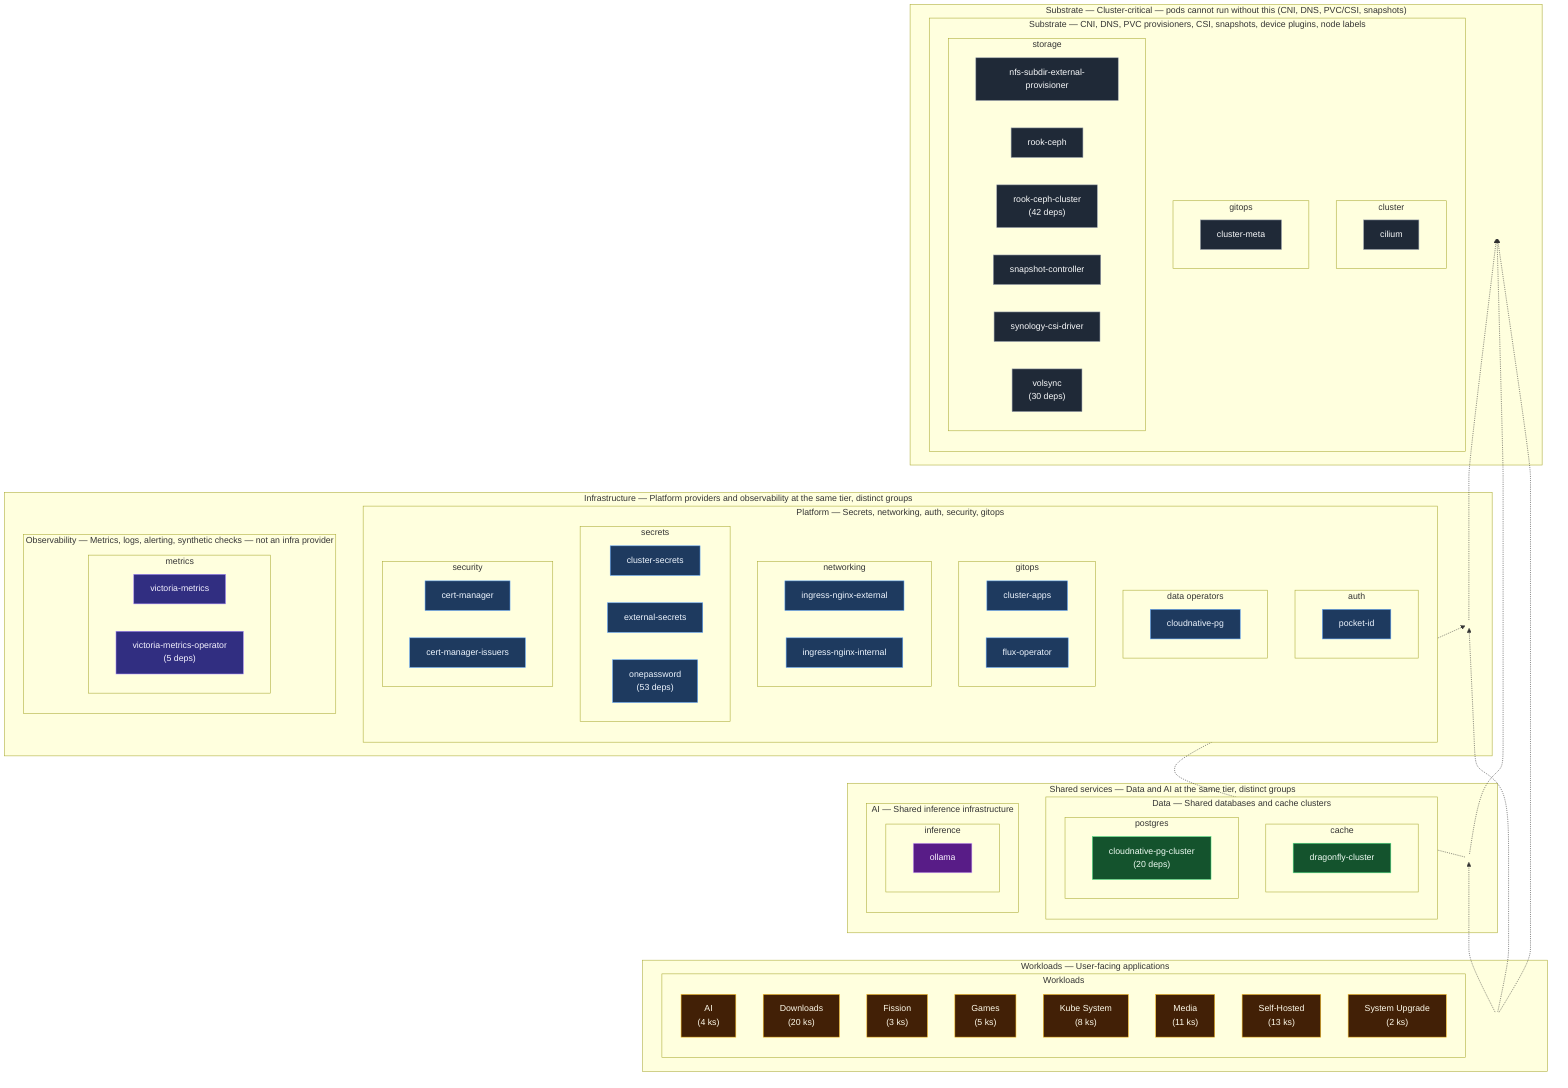
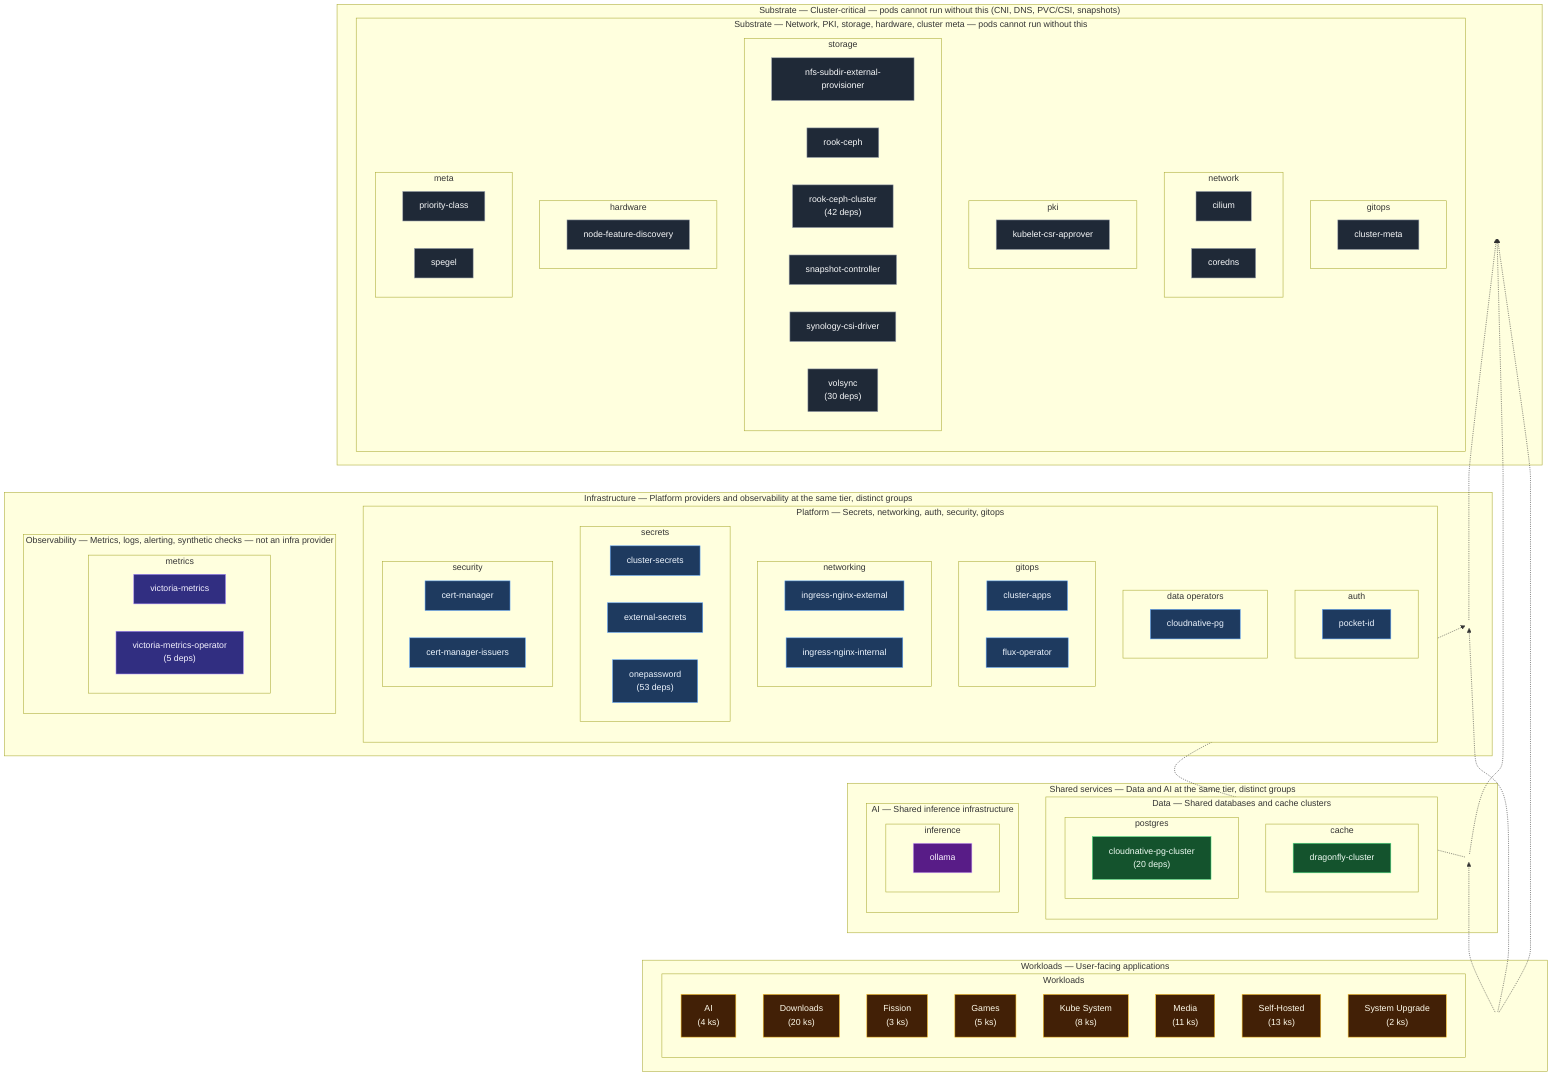
flowchart BT

  %% Cross-tier dependsOn summary (higher tier -.-> lower tier it depends on)

  subgraph vt0["Substrate — Cluster-critical — pods cannot run without this (CNI, DNS, PVC/CSI, snapshots)"]
-     subgraph g_substrate["Substrate — CNI, DNS, PVC provisioners, CSI, snapshots, device plugins, node labels"]
-       subgraph p_substrate_substrate_cluster["cluster"]
-         cilium["cilium"]
-         class cilium substrate
-       end
+     subgraph g_substrate["Substrate — Network, PKI, storage, hardware, cluster meta — pods cannot run without this"]
      subgraph p_substrate_substrate_gitops["gitops"]
        cluster_meta["cluster-meta"]
        class cluster_meta substrate
+       end
+       subgraph p_substrate_substrate_network["network"]
+         cilium["cilium"]
+         class cilium substrate
+         coredns["coredns"]
+         class coredns substrate
+       end
+       subgraph p_substrate_substrate_pki["pki"]
+         kubelet_csr_approver["kubelet-csr-approver"]
+         class kubelet_csr_approver substrate
      end
      subgraph p_substrate_substrate_storage["storage"]
        nfs_subdir_external_provisioner["nfs-subdir-external-provisioner"]
        class nfs_subdir_external_provisioner substrate
        rook_ceph["rook-ceph"]
        class rook_ceph substrate
        rook_ceph_cluster["rook-ceph-cluster<br/>(42 deps)"]
        class rook_ceph_cluster substrate
        snapshot_controller["snapshot-controller"]
        class snapshot_controller substrate
        synology_csi_driver["synology-csi-driver"]
        class synology_csi_driver substrate
        volsync["volsync<br/>(30 deps)"]
        class volsync substrate
+       end
+       subgraph p_substrate_substrate_hardware["hardware"]
+         node_feature_discovery["node-feature-discovery"]
+         class node_feature_discovery substrate
+       end
+       subgraph p_substrate_substrate_meta["meta"]
+         priority_class["priority-class"]
+         class priority_class substrate
+         spegel["spegel"]
+         class spegel substrate
      end
    end
    hub_vt0(( ))
    class hub_vt0 hub
  end

  subgraph vt1["Infrastructure — Platform providers and observability at the same tier, distinct groups"]
    subgraph g_platform["Platform — Secrets, networking, auth, security, gitops"]
      subgraph p_platform_platform_auth["auth"]
        pocket_id["pocket-id"]
        class pocket_id platform
      end
      subgraph p_platform_platform_data_operators["data operators"]
        cloudnative_pg["cloudnative-pg"]
        class cloudnative_pg platform
      end
      subgraph p_platform_platform_gitops["gitops"]
        cluster_apps["cluster-apps"]
        class cluster_apps platform
        flux_operator["flux-operator"]
        class flux_operator platform
      end
      subgraph p_platform_platform_networking["networking"]
        ingress_nginx_external["ingress-nginx-external"]
        class ingress_nginx_external platform
        ingress_nginx_internal["ingress-nginx-internal"]
        class ingress_nginx_internal platform
      end
      subgraph p_platform_platform_secrets["secrets"]
        cluster_secrets["cluster-secrets"]
        class cluster_secrets platform
        external_secrets["external-secrets"]
        class external_secrets platform
        onepassword["onepassword<br/>(53 deps)"]
        class onepassword platform
      end
      subgraph p_platform_platform_security["security"]
        cert_manager["cert-manager"]
        class cert_manager platform
        cert_manager_issuers["cert-manager-issuers"]
        class cert_manager_issuers platform
      end
    end
    subgraph g_observability["Observability — Metrics, logs, alerting, synthetic checks — not an infra provider"]
      subgraph p_observability_observability_metrics["metrics"]
        victoria_metrics["victoria-metrics"]
        class victoria_metrics observability
        victoria_metrics_operator["victoria-metrics-operator<br/>(5 deps)"]
        class victoria_metrics_operator observability
      end
    end
    hub_vt1(( ))
    class hub_vt1 hub
  end

  subgraph vt2["Shared services — Data and AI at the same tier, distinct groups"]
    subgraph g_data["Data — Shared databases and cache clusters"]
      subgraph p_data_data_cache["cache"]
        dragonfly_cluster["dragonfly-cluster"]
        class dragonfly_cluster data
      end
      subgraph p_data_data_postgres["postgres"]
        cloudnative_pg_cluster["cloudnative-pg-cluster<br/>(20 deps)"]
        class cloudnative_pg_cluster data
      end
    end
    subgraph g_ai["AI — Shared inference infrastructure"]
      subgraph p_ai_ai_inference["inference"]
        ollama["ollama"]
        class ollama ai
      end
    end
    hub_vt2(( ))
    class hub_vt2 hub
  end

  subgraph vt3["Workloads — User-facing applications"]
    subgraph g_workloads["Workloads"]
      wl_ai["AI<br/>(4 ks)"]
      class wl_ai workloads
      wl_downloads["Downloads<br/>(20 ks)"]
      class wl_downloads workloads
      wl_fission["Fission<br/>(3 ks)"]
      class wl_fission workloads
      wl_games["Games<br/>(5 ks)"]
      class wl_games workloads
      wl_kube_system["Kube System<br/>(8 ks)"]
      class wl_kube_system workloads
      wl_media["Media<br/>(11 ks)"]
      class wl_media workloads
      wl_self_hosted["Self-Hosted<br/>(13 ks)"]
      class wl_self_hosted workloads
      wl_system_upgrade["System Upgrade<br/>(2 ks)"]
      class wl_system_upgrade workloads
    end
    hub_vt3(( ))
    class hub_vt3 hub
  end

  hub_vt1 -.-> hub_vt0
  hub_vt2 -.-> hub_vt0
  hub_vt2 -.-> hub_vt1
  hub_vt3 -.-> hub_vt0
  hub_vt3 -.-> hub_vt1
  hub_vt3 -.-> hub_vt2

  %% styling
  classDef hub fill:none,stroke:none,color:transparent
  classDef substrate fill:#1f2937,stroke:#9ca3af,color:#f9fafb
  classDef platform fill:#1e3a5f,stroke:#60a5fa,color:#eff6ff
  classDef observability fill:#312e81,stroke:#a78bfa,color:#f5f3ff
  classDef data fill:#14532d,stroke:#4ade80,color:#f0fdf4
  classDef ai fill:#581c87,stroke:#d8b4fe,color:#faf5ff
  classDef workloads fill:#422006,stroke:#fbbf24,color:#fffbeb
